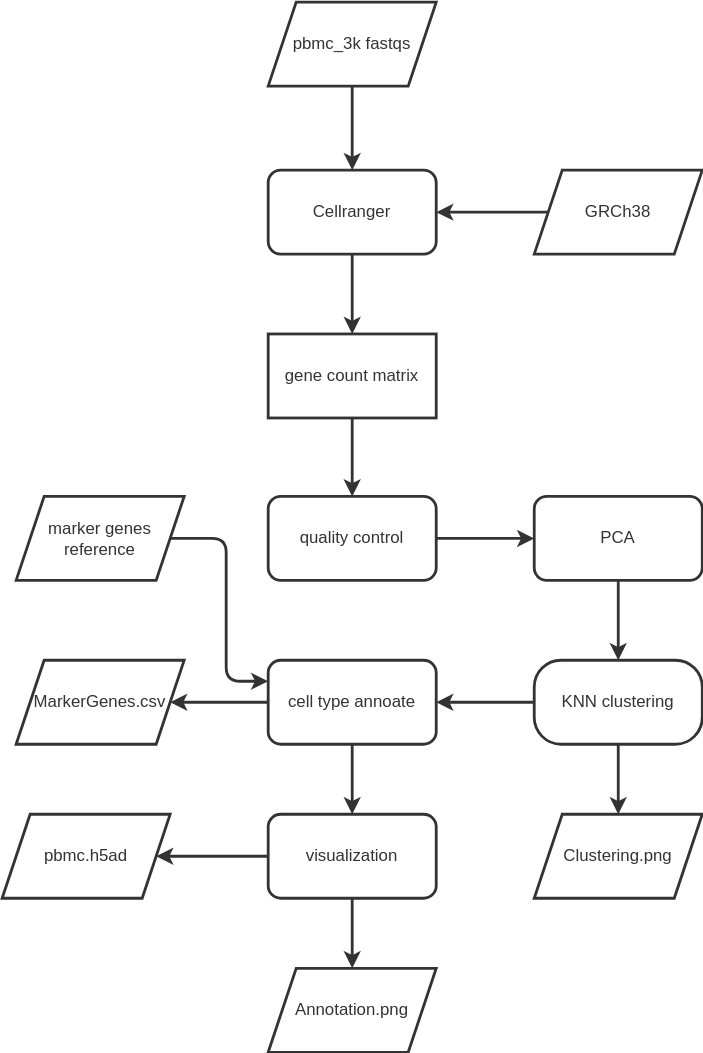
Above: workflow.drawio.svg in wykswr/scRNA-seq (draw.io), before the change. Source tidied: cells renumbered, new cells last; positions are measured from the earlier drawing's top-left corner, leaving out a move shared by most shapes.
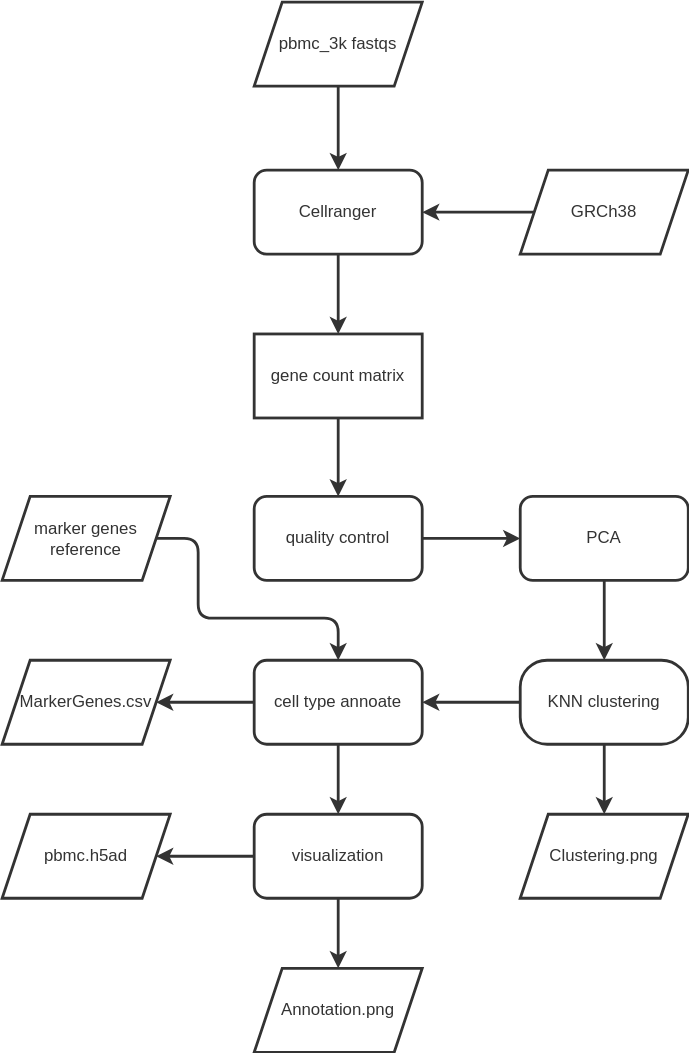
Above is the later version.

Diff of the diagram source:
```diff
@@ -66,7 +66,7 @@
       <mxGeometry x="190" y="580" width="120" height="60" as="geometry" />
     </mxCell>
     <mxCell id="23" value="pbmc.h5ad" style="shape=parallelogram;perimeter=parallelogramPerimeter;whiteSpace=wrap;html=1;fixedSize=1;fillColor=none;strokeWidth=2;strokeColor=#333333;labelBackgroundColor=none;fontColor=#333333;" parent="1" vertex="1">
-      <mxGeometry y="580" width="120" height="60" as="geometry" />
+      <mxGeometry x="10" y="580" width="120" height="60" as="geometry" />
     </mxCell>
     <mxCell id="24" value="Annotation.png" style="shape=parallelogram;perimeter=parallelogramPerimeter;whiteSpace=wrap;html=1;fixedSize=1;fillColor=none;strokeWidth=2;strokeColor=#333333;labelBackgroundColor=none;fontColor=#333333;" parent="1" vertex="1">
       <mxGeometry x="190" y="690" width="120" height="60" as="geometry" />
@@ -77,8 +77,14 @@
     <mxCell id="26" value="Clustering.png" style="shape=parallelogram;perimeter=parallelogramPerimeter;whiteSpace=wrap;html=1;fixedSize=1;fillColor=none;strokeWidth=2;strokeColor=#333333;labelBackgroundColor=none;fontColor=#333333;" parent="1" vertex="1">
       <mxGeometry x="380" y="580" width="120" height="60" as="geometry" />
     </mxCell>
-    <mxCell id="27" style="edgeStyle=orthogonalEdgeStyle;html=1;exitX=1;exitY=0.5;exitDx=0;exitDy=0;entryX=0;entryY=0.25;entryDx=0;entryDy=0;strokeWidth=2;strokeColor=#333333;" parent="1" edge="1" source="28" target="19">
-      <mxGeometry relative="1" as="geometry" />
+    <mxCell id="27" style="edgeStyle=orthogonalEdgeStyle;html=1;exitX=1;exitY=0.5;exitDx=0;exitDy=0;entryX=0.5;entryY=0;entryDx=0;entryDy=0;strokeWidth=2;strokeColor=#333333;" parent="1" edge="1" source="28" target="19">
+      <mxGeometry relative="1" as="geometry">
+        <Array as="points">
+          <mxPoint x="150" y="383" />
+          <mxPoint x="150" y="440" />
+          <mxPoint x="250" y="440" />
+        </Array>
+      </mxGeometry>
     </mxCell>
     <mxCell id="28" value="marker genes&lt;br&gt;reference" style="shape=parallelogram;perimeter=parallelogramPerimeter;whiteSpace=wrap;html=1;fixedSize=1;fillColor=none;strokeWidth=2;strokeColor=#333333;labelBackgroundColor=none;fontColor=#333333;" parent="1" vertex="1">
       <mxGeometry x="10" y="353" width="120" height="60" as="geometry" />
```
